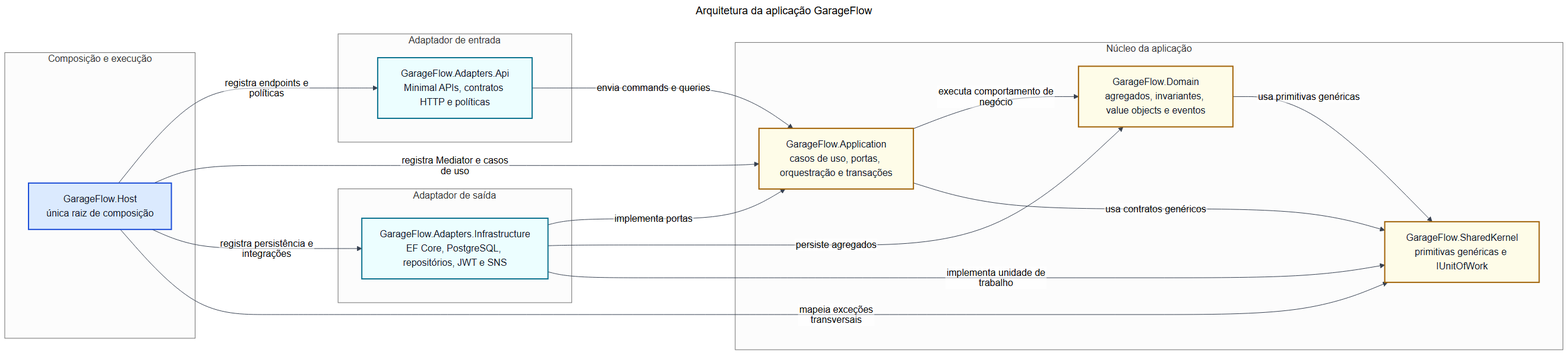
DiegoRugue/GarageFlow keeps this Mermaid diagram as docs/architecture/diagrams/images/application.png. Above is the earlier version. Its source is kept beside it as docs/architecture/diagrams/source/application.mmd.
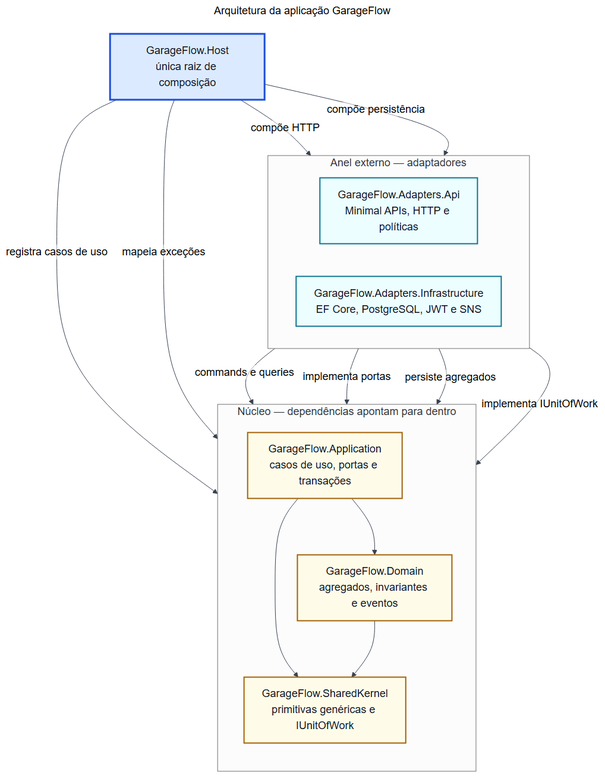
After the commit.

Diff of the diagram source:
```diff
@@ -1,38 +1,35 @@
 ---
 title: Arquitetura da aplicação GarageFlow
 ---
-flowchart LR
-    subgraph Runtime["Composição e execução"]
-        Host["GarageFlow.Host<br/>única raiz de composição"]
+flowchart TB
+    Host["GarageFlow.Host<br/>única raiz de composição"]
+
+    subgraph Adapters["Anel externo — adaptadores"]
+        direction LR
+        Api["GarageFlow.Adapters.Api<br/>Minimal APIs, HTTP e políticas"]
+        Infrastructure["GarageFlow.Adapters.Infrastructure<br/>EF Core, PostgreSQL, JWT e SNS"]
     end
 
-    subgraph Entrada["Adaptador de entrada"]
-        Api["GarageFlow.Adapters.Api<br/>Minimal APIs, contratos HTTP e políticas"]
-    end
-
-    subgraph Core["Núcleo da aplicação"]
-        Application["GarageFlow.Application<br/>casos de uso, portas, orquestração e transações"]
-        Domain["GarageFlow.Domain<br/>agregados, invariantes, value objects e eventos"]
+    subgraph Core["Núcleo — dependências apontam para dentro"]
+        direction TB
+        Application["GarageFlow.Application<br/>casos de uso, portas e transações"]
+        Domain["GarageFlow.Domain<br/>agregados, invariantes e eventos"]
         SharedKernel["GarageFlow.SharedKernel<br/>primitivas genéricas e IUnitOfWork"]
     end
 
-    subgraph Saida["Adaptador de saída"]
-        Infrastructure["GarageFlow.Adapters.Infrastructure<br/>EF Core, PostgreSQL, repositórios, JWT e SNS"]
-    end
-
-    Host -->|"registra endpoints e políticas"| Api
-    Host -->|"registra Mediator e casos de uso"| Application
-    Host -->|"registra persistência e integrações"| Infrastructure
-    Host -->|"mapeia exceções transversais"| SharedKernel
-    Api -->|"envia commands e queries"| Application
+    Host -->|"compõe HTTP"| Api
+    Host -->|"compõe persistência"| Infrastructure
+    Host -->|"registra casos de uso"| Application
+    Host -->|"mapeia exceções"| SharedKernel
+    Api -->|"commands e queries"| Application
     Infrastructure -->|"implementa portas"| Application
     Infrastructure -->|"persiste agregados"| Domain
-    Infrastructure -->|"implementa unidade de trabalho"| SharedKernel
-    Application -->|"executa comportamento de negócio"| Domain
-    Application -->|"usa contratos genéricos"| SharedKernel
-    Domain -->|"usa primitivas genéricas"| SharedKernel
+    Infrastructure -->|"implementa IUnitOfWork"| SharedKernel
+    Application --> Domain
+    Application --> SharedKernel
+    Domain --> SharedKernel
 
-    classDef composition fill:#dbeafe,stroke:#1d4ed8,color:#111827,stroke-width:2px;
+    classDef composition fill:#dbeafe,stroke:#1d4ed8,color:#111827,stroke-width:3px;
     classDef adapter fill:#ecfeff,stroke:#0e7490,color:#111827,stroke-width:2px;
     classDef core fill:#fefce8,stroke:#a16207,color:#111827,stroke-width:2px;
     class Host composition;
```
